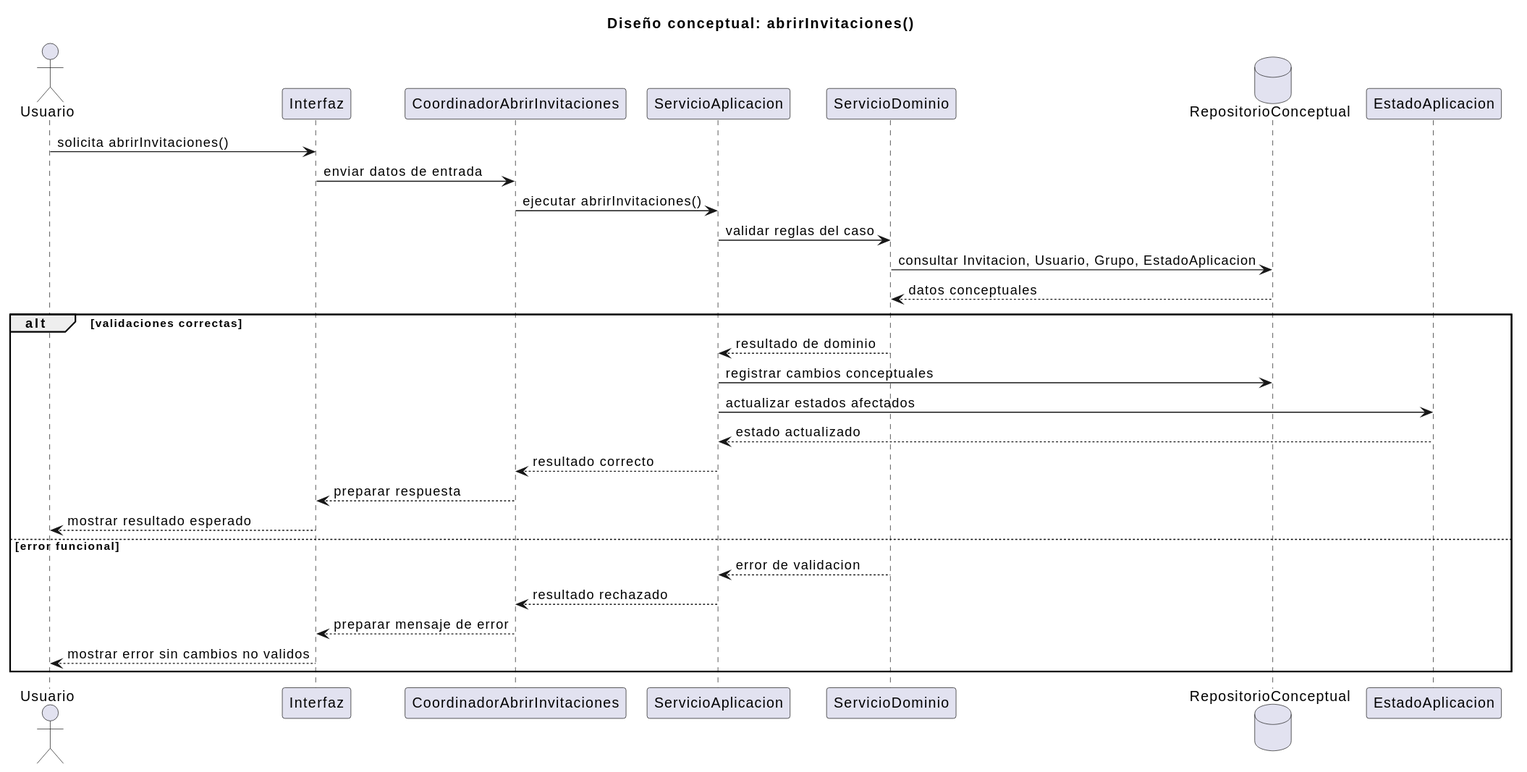
The PlantUML diagram documents/RUP/02-diseño/casos-uso/gestion-grupos/abrirInvitaciones/secuencia.svg in inigovaqueroo04/25-26-idsw2-sdVC, before a commit. The source it was exported from:
```plantuml
@startuml
title Diseño conceptual: abrirInvitaciones()

actor "Usuario" as Usuario
participant "Interfaz" as Interfaz
participant "CoordinadorAbrirInvitaciones" as Coordinador
participant "ServicioAplicacion" as ServicioAplicacion
participant "ServicioDominio" as ServicioDominio
database "RepositorioConceptual" as Repositorio
participant "EstadoAplicacion" as EstadoAplicacion

Usuario -> Interfaz : solicita abrirInvitaciones()
Interfaz -> Coordinador : enviar datos de entrada
Coordinador -> ServicioAplicacion : ejecutar abrirInvitaciones()
ServicioAplicacion -> ServicioDominio : validar reglas del caso
ServicioDominio -> Repositorio : consultar Invitacion, Usuario, Grupo, EstadoAplicacion
Repositorio --> ServicioDominio : datos conceptuales

alt validaciones correctas
  ServicioDominio --> ServicioAplicacion : resultado de dominio
  ServicioAplicacion -> Repositorio : registrar cambios conceptuales
  ServicioAplicacion -> EstadoAplicacion : actualizar estados afectados
  EstadoAplicacion --> ServicioAplicacion : estado actualizado
  ServicioAplicacion --> Coordinador : resultado correcto
  Coordinador --> Interfaz : preparar respuesta
  Interfaz --> Usuario : mostrar resultado esperado
else error funcional
  ServicioDominio --> ServicioAplicacion : error de validacion
  ServicioAplicacion --> Coordinador : resultado rechazado
  Coordinador --> Interfaz : preparar mensaje de error
  Interfaz --> Usuario : mostrar error sin cambios no validos
end
@enduml
```
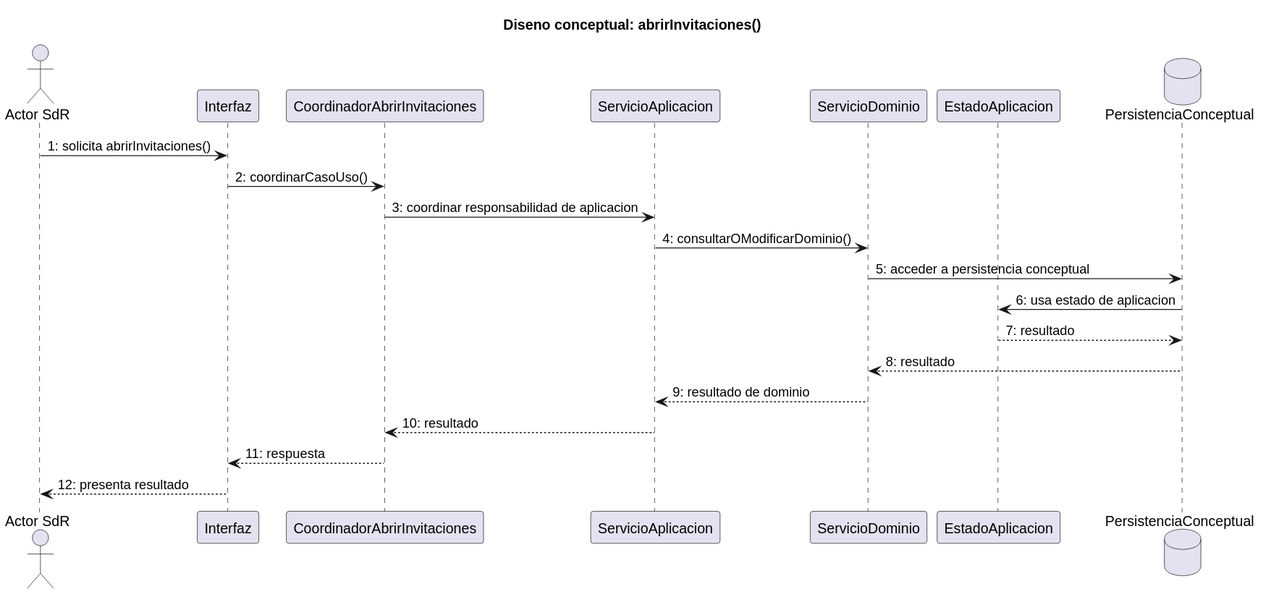
The same diagram one commit later.

Commit message:
docs: ajustar diseno de abrir invitaciones

Change to the diagram source:
```diff
@@ -1,33 +1,24 @@
 @startuml
-title Diseño conceptual: abrirInvitaciones()
+title Diseno conceptual: abrirInvitaciones()
 
-actor "Usuario" as Usuario
+actor "Actor SdR" as Actor
 participant "Interfaz" as Interfaz
 participant "CoordinadorAbrirInvitaciones" as Coordinador
 participant "ServicioAplicacion" as ServicioAplicacion
 participant "ServicioDominio" as ServicioDominio
-database "RepositorioConceptual" as Repositorio
 participant "EstadoAplicacion" as EstadoAplicacion
+database "PersistenciaConceptual" as Persistencia
 
-Usuario -> Interfaz : solicita abrirInvitaciones()
-Interfaz -> Coordinador : enviar datos de entrada
-Coordinador -> ServicioAplicacion : ejecutar abrirInvitaciones()
-ServicioAplicacion -> ServicioDominio : validar reglas del caso
-ServicioDominio -> Repositorio : consultar Invitacion, Usuario, Grupo, EstadoAplicacion
-Repositorio --> ServicioDominio : datos conceptuales
-
-alt validaciones correctas
-  ServicioDominio --> ServicioAplicacion : resultado de dominio
-  ServicioAplicacion -> Repositorio : registrar cambios conceptuales
-  ServicioAplicacion -> EstadoAplicacion : actualizar estados afectados
-  EstadoAplicacion --> ServicioAplicacion : estado actualizado
-  ServicioAplicacion --> Coordinador : resultado correcto
-  Coordinador --> Interfaz : preparar respuesta
-  Interfaz --> Usuario : mostrar resultado esperado
-else error funcional
-  ServicioDominio --> ServicioAplicacion : error de validacion
-  ServicioAplicacion --> Coordinador : resultado rechazado
-  Coordinador --> Interfaz : preparar mensaje de error
-  Interfaz --> Usuario : mostrar error sin cambios no validos
-end
+Actor -> Interfaz : 1: solicita abrirInvitaciones()
+Interfaz -> Coordinador : 2: coordinarCasoUso()
+Coordinador -> ServicioAplicacion : 3: coordinar responsabilidad de aplicacion
+ServicioAplicacion -> ServicioDominio : 4: consultarOModificarDominio()
+ServicioDominio -> Persistencia : 5: acceder a persistencia conceptual
+Persistencia -> EstadoAplicacion : 6: usa estado de aplicacion
+EstadoAplicacion --> Persistencia : 7: resultado
+Persistencia --> ServicioDominio : 8: resultado
+ServicioDominio --> ServicioAplicacion : 9: resultado de dominio
+ServicioAplicacion --> Coordinador : 10: resultado
+Coordinador --> Interfaz : 11: respuesta
+Interfaz --> Actor : 12: presenta resultado
 @enduml
```
